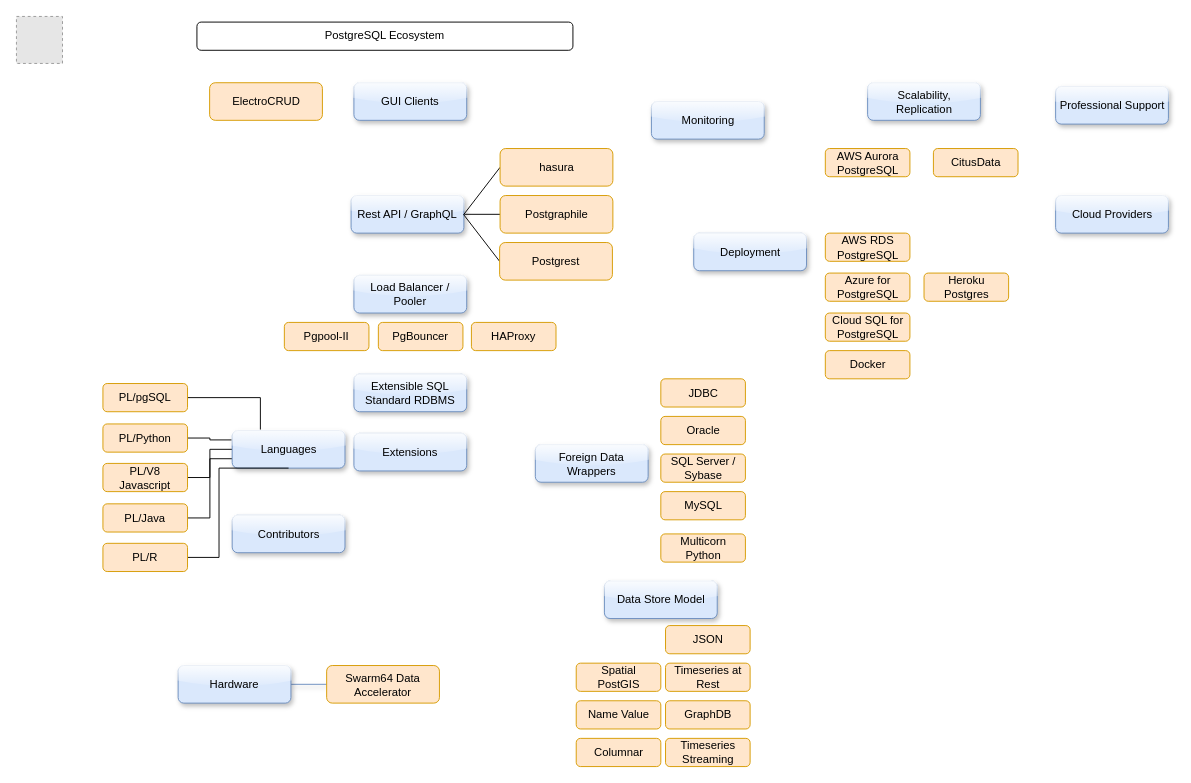
EfficiencyGeek/postgresql-ecosystem keeps this draw.io diagram as postgresql-ecosystem.drawio. Above is the earlier version. Source tidied: cells renumbered, new cells numbered last; positions are measured from the earlier drawing's top-left corner, leaving out a move shared by most shapes. Both pictures are drawn from the tidied source at 94%, with x=0, y=0 at pixel (16, 16). Pictures stored in the file or linked from it are replaced by grey dashed boxes.
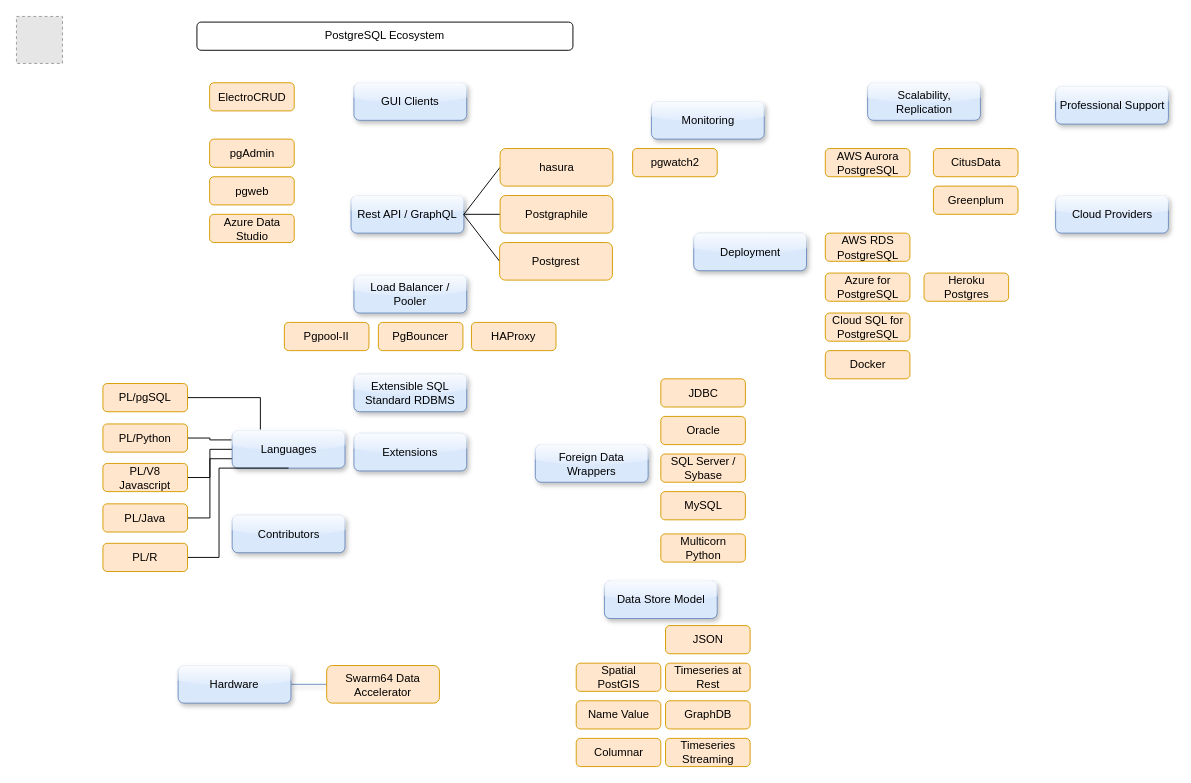
Above is the later version.

Commit message:
Added GUI Clients, Monitorig

Change to the diagram source:
```diff
@@
     <mxCell id="55" value="ElectroCRUD" style="rounded=1;whiteSpace=wrap;html=1;fillColor=#ffe6cc;strokeColor=#d79b00;" parent="1" vertex="1">
-      <mxGeometry x="205.5" y="70.5" width="120" height="40" as="geometry" />
+      <mxGeometry x="205.5" y="70.5" width="90" height="30" as="geometry" />
     </mxCell>
@@
+    <mxCell id="60" value="pgwatch2" style="rounded=1;whiteSpace=wrap;html=1;fillColor=#ffe6cc;strokeColor=#d79b00;flipV=1;flipH=1;" parent="1" vertex="1">
+      <mxGeometry x="655.5" y="140.5" width="90" height="30" as="geometry" />
+    </mxCell>
+    <mxCell id="61" value="Greenplum" style="rounded=1;whiteSpace=wrap;html=1;fillColor=#ffe6cc;strokeColor=#d79b00;flipV=1;flipH=1;" parent="1" vertex="1">
+      <mxGeometry x="975.5" y="180.5" width="90" height="30" as="geometry" />
+    </mxCell>
+    <mxCell id="62" value="pgAdmin" style="rounded=1;whiteSpace=wrap;html=1;fillColor=#ffe6cc;strokeColor=#d79b00;flipV=1;flipH=1;" parent="1" vertex="1">
+      <mxGeometry x="205.5" y="130.5" width="90" height="30" as="geometry" />
+    </mxCell>
+    <mxCell id="63" value="pgweb" style="rounded=1;whiteSpace=wrap;html=1;fillColor=#ffe6cc;strokeColor=#d79b00;flipV=1;flipH=1;" parent="1" vertex="1">
+      <mxGeometry x="205.5" y="170.5" width="90" height="30" as="geometry" />
+    </mxCell>
+    <mxCell id="64" value="Azure Data Studio" style="rounded=1;whiteSpace=wrap;html=1;fillColor=#ffe6cc;strokeColor=#d79b00;flipV=1;flipH=1;" parent="1" vertex="1">
+      <mxGeometry x="205.5" y="210.5" width="90" height="30" as="geometry" />
+    </mxCell>
```
